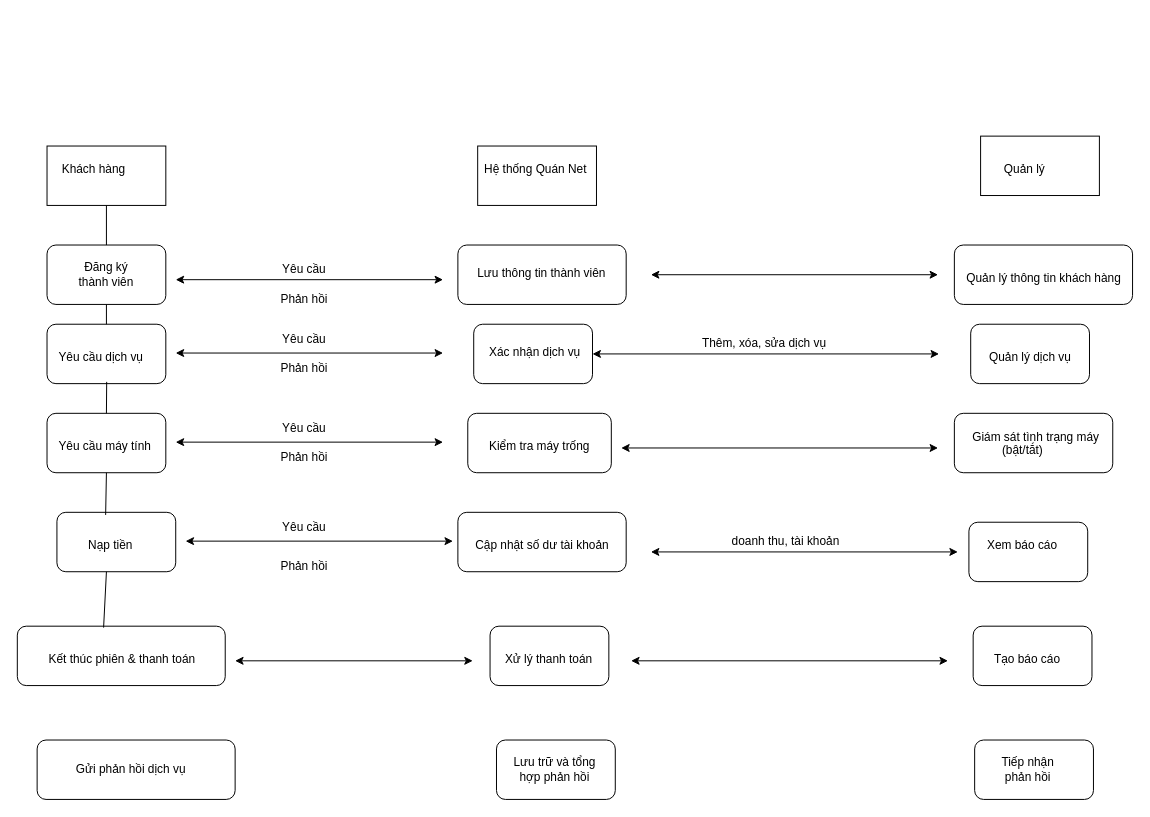
Khoi-DP270505/Draw.io keeps this draw.io diagram as Usecase 2.drawio. Above is the earlier version. Source tidied: cells renumbered, new cells numbered last; positions are measured from the earlier drawing's top-left corner, leaving out a move shared by most shapes. Both pictures are drawn from the tidied source at 99%, with x=0, y=0 at pixel (17, 136).
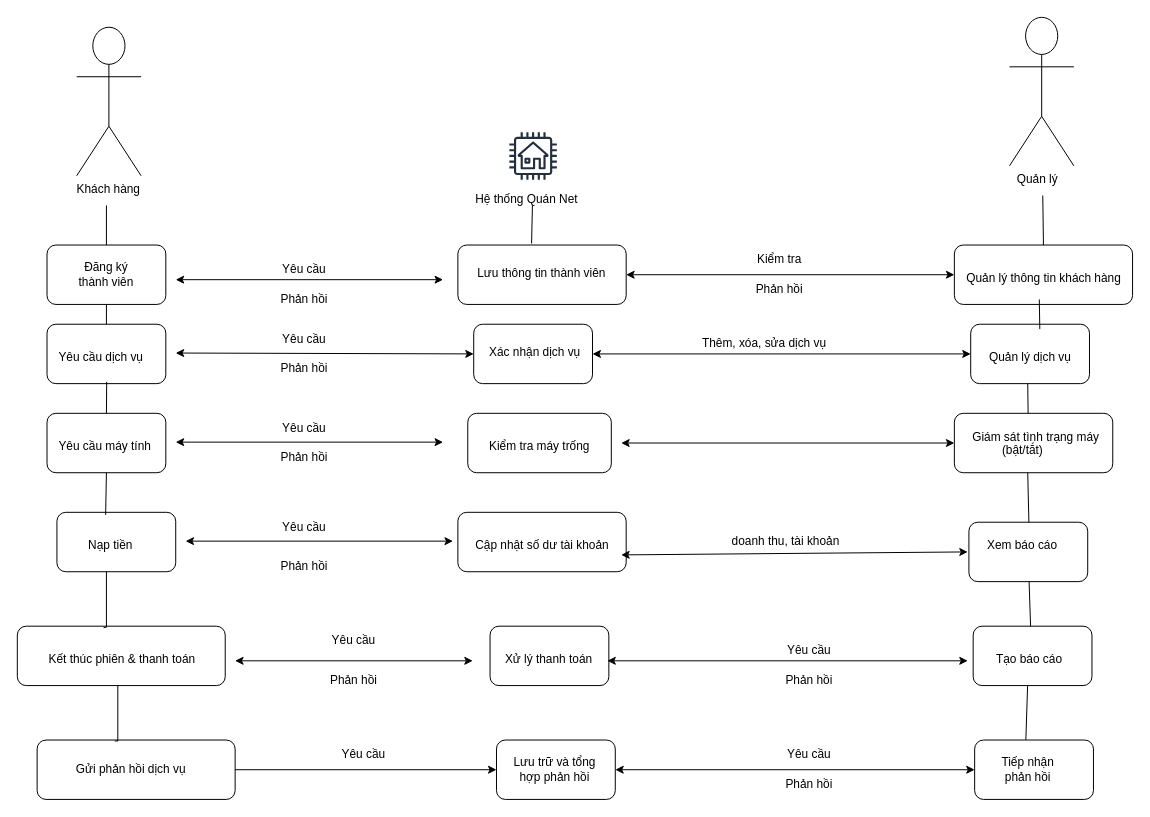
The same page after the edit.

Commit message:
Cập nhật Usecase 2.drawio

The change refers to these unchanged cells:
```xml
<mxCell id="2" style="rounded=1;whiteSpace=wrap;html=1;" parent="1" vertex="1">
  <mxGeometry x="967" y="610" width="120" height="60" as="geometry" />
</mxCell>
<mxCell id="3" style="rounded=1;whiteSpace=wrap;html=1;" parent="1" vertex="1">
  <mxGeometry x="20" y="610" width="200" height="60" as="geometry" />
</mxCell>
<mxCell id="8" style="rounded=1;whiteSpace=wrap;html=1;" parent="1" vertex="1">
  <mxGeometry x="946.5" y="280" width="160" height="60" as="geometry" />
</mxCell>
<mxCell id="10" style="rounded=1;whiteSpace=wrap;html=1;" parent="1" vertex="1">
  <mxGeometry x="963" y="190" width="120" height="60" as="geometry" />
</mxCell>
<mxCell id="11" style="rounded=1;whiteSpace=wrap;html=1;" parent="1" vertex="1">
  <mxGeometry x="461" y="190" width="120" height="60" as="geometry" />
</mxCell>
<mxCell id="12" style="rounded=1;whiteSpace=wrap;html=1;" parent="1" vertex="1">
  <mxGeometry x="946.5" y="110" width="180" height="60" as="geometry" />
</mxCell>
<mxCell id="16" style="rounded=1;whiteSpace=wrap;html=1;" parent="1" vertex="1">
  <mxGeometry y="495" width="210" height="60" as="geometry" />
</mxCell>
<mxCell id="17" style="rounded=1;whiteSpace=wrap;html=1;" parent="1" vertex="1">
  <mxGeometry x="445" y="110" width="170" height="60" as="geometry" />
</mxCell>
<mxCell id="28" value="Xử lý thanh toán" style="text;fontColor=default;labelBackgroundColor=none;labelBorderColor=none;textShadow=0;whiteSpace=wrap;html=1;" parent="1" vertex="1">
  <mxGeometry x="491" y="515" width="105" height="20" as="geometry" />
</mxCell>
<mxCell id="66" style="rounded=1;whiteSpace=wrap;html=1;" parent="1" vertex="1">
  <mxGeometry x="484" y="610" width="120" height="60" as="geometry" />
</mxCell>
```

Change to the diagram source:
```diff
@@
-    <mxCell id="13" style="rounded=0;whiteSpace=wrap;html=1;" parent="1" vertex="1">
-      <mxGeometry x="973" width="120" height="60" as="geometry" />
-    </mxCell>
-    <mxCell id="14" style="rounded=0;whiteSpace=wrap;html=1;" parent="1" vertex="1">
-      <mxGeometry x="465" y="10" width="120" height="60" as="geometry" />
-    </mxCell>
-    <mxCell id="15" style="rounded=0;whiteSpace=wrap;html=1;" parent="1" vertex="1">
-      <mxGeometry x="30" y="10" width="120" height="60" as="geometry" />
-    </mxCell>
@@
-    <mxCell id="22" value="Đăng ký thành viên" style="text;align=center;verticalAlign=middle;rounded=0;fontStyle=0;fontColor=default;labelBackgroundColor=none;labelBorderColor=none;textShadow=0;whiteSpace=wrap;html=1;" parent="1" vertex="1">
+    <mxCell id="22" value="Đăng ký thành viên" style="text;align=center;verticalAlign=middle;rounded=0;fontStyle=0;fontColor=default;labelBackgroundColor=none;labelBorderColor=none;textShadow=0;whiteSpace=wrap;html=1;rotation=0;" parent="1" vertex="1">
       <mxGeometry x="60" y="125" width="60" height="30" as="geometry" />
     </mxCell>
     <mxCell id="23" value=" Khách hàng  " style="text;fontStyle=0;fontColor=default;labelBackgroundColor=none;labelBorderColor=none;textShadow=0;whiteSpace=wrap;html=1;" parent="1" vertex="1">
-      <mxGeometry x="40" y="20" width="130" height="40" as="geometry" />
+      <mxGeometry x="55" y="40" width="130" height="40" as="geometry" />
     </mxCell>
@@
     <mxCell id="33" value="Hệ thống Quán Net" style="text;fontColor=default;labelBackgroundColor=none;labelBorderColor=none;textShadow=0;whiteSpace=wrap;html=1;" parent="1" vertex="1">
-      <mxGeometry x="470" y="20" width="160" height="40" as="geometry" />
+      <mxGeometry x="461" y="50" width="160" height="40" as="geometry" />
     </mxCell>
     <mxCell id="34" value="Quản lý" style="text;fontColor=default;labelBackgroundColor=none;labelBorderColor=none;textShadow=0;whiteSpace=wrap;html=1;" parent="1" vertex="1">
-      <mxGeometry x="995" y="20" width="90" height="40" as="geometry" />
+      <mxGeometry x="1008" y="30" width="90" height="40" as="geometry" />
     </mxCell>
@@
     <mxCell id="39" value="Tạo báo cáo" style="text;fontColor=default;labelBackgroundColor=none;labelBorderColor=none;textShadow=0;whiteSpace=wrap;html=1;" parent="1" vertex="1">
-      <mxGeometry x="984.8" y="515" width="120" height="40" as="geometry" />
+      <mxGeometry x="986.5" y="515" width="120" height="40" as="geometry" />
     </mxCell>
@@
-    <mxCell id="41" style="endArrow=classic;startArrow=classic;html=1;rounded=0;" parent="1" edge="1">
+    <mxCell id="41" style="endArrow=classic;startArrow=classic;html=1;rounded=0;entryX=0;entryY=0.5;entryDx=0;entryDy=0;" parent="1" edge="1" target="11">
       <mxGeometry relative="1" as="geometry">
         <mxPoint x="160" y="219.1" as="sourcePoint" />
-        <mxPoint x="430" y="219.1" as="targetPoint" />
       </mxGeometry>
     </mxCell>
@@
     <mxCell id="48" style="endArrow=none;html=1;rounded=0;exitX=0.415;exitY=0.024;exitDx=0;exitDy=0;exitPerimeter=0;" parent="1" edge="1" source="16">
       <mxGeometry relative="1" as="geometry">
         <mxPoint x="90" y="440" as="targetPoint" />
+        <Array as="points">
+          <mxPoint x="90" y="496" />
+        </Array>
       </mxGeometry>
     </mxCell>
-    <mxCell id="49" style="endArrow=classic;startArrow=classic;html=1;rounded=0;" parent="1" edge="1">
+    <mxCell id="49" style="endArrow=classic;startArrow=classic;html=1;rounded=0;entryX=0;entryY=0.5;entryDx=0;entryDy=0;" parent="1" edge="1" target="10">
       <mxGeometry relative="1" as="geometry">
         <mxPoint x="581" y="220" as="sourcePoint" />
-        <mxPoint x="931" y="220" as="targetPoint" />
       </mxGeometry>
     </mxCell>
-    <mxCell id="50" style="endArrow=classic;startArrow=classic;html=1;rounded=0;" parent="1" edge="1">
+    <mxCell id="50" style="endArrow=classic;startArrow=classic;html=1;rounded=0;entryX=0;entryY=0.5;entryDx=0;entryDy=0;" parent="1" edge="1" target="8">
       <mxGeometry relative="1" as="geometry">
-        <mxPoint x="610" y="315" as="sourcePoint" />
-        <mxPoint x="930" y="315" as="targetPoint" />
+        <mxPoint x="610" y="310" as="sourcePoint" />
       </mxGeometry>
     </mxCell>
-    <mxCell id="51" style="endArrow=classic;startArrow=classic;html=1;rounded=0;" parent="1" edge="1">
-      <mxGeometry relative="1" as="geometry">
-        <mxPoint x="640" y="140" as="sourcePoint" />
-        <mxPoint x="930" y="140" as="targetPoint" />
-      </mxGeometry>
+    <mxCell id="51" style="endArrow=classic;startArrow=classic;html=1;rounded=0;entryX=0;entryY=0.5;entryDx=0;entryDy=0;exitX=1;exitY=0.5;exitDx=0;exitDy=0;" parent="1" edge="1" source="17" target="12">
+      <mxGeometry relative="1" as="geometry" />
     </mxCell>
@@
-    <mxCell id="61" style="endArrow=classic;startArrow=classic;html=1;rounded=0;" parent="1" edge="1">
+    <mxCell id="61" style="endArrow=classic;startArrow=classic;html=1;rounded=0;exitX=1;exitY=0.75;exitDx=0;exitDy=0;" parent="1" edge="1" source="28">
       <mxGeometry relative="1" as="geometry">
-        <mxPoint x="620" y="530" as="sourcePoint" />
-        <mxPoint x="940" y="530" as="targetPoint" />
+        <mxPoint x="960" y="530" as="targetPoint" />
       </mxGeometry>
     </mxCell>
     <mxCell id="62" style="endArrow=classic;startArrow=classic;html=1;rounded=0;" parent="1" edge="1">
       <mxGeometry relative="1" as="geometry">
-        <mxPoint x="640" y="420" as="sourcePoint" />
-        <mxPoint x="950" y="420" as="targetPoint" />
+        <mxPoint x="610" y="423" as="sourcePoint" />
+        <mxPoint x="960" y="420" as="targetPoint" />
       </mxGeometry>
     </mxCell>
@@
+    <mxCell id="69" value="Yêu cầu" style="text;html=1;align=center;verticalAlign=middle;whiteSpace=wrap;rounded=0;" parent="1" vertex="1">
+      <mxGeometry x="310" y="495" width="60" height="30" as="geometry" />
+    </mxCell>
+    <mxCell id="70" value="Phản hồi" style="text;html=1;align=center;verticalAlign=middle;whiteSpace=wrap;rounded=0;" parent="1" vertex="1">
+      <mxGeometry x="310" y="535" width="60" height="30" as="geometry" />
+    </mxCell>
+    <mxCell id="71" value="Yêu cầu" style="text;html=1;align=center;verticalAlign=middle;whiteSpace=wrap;rounded=0;" parent="1" vertex="1">
+      <mxGeometry x="770" y="505" width="60" height="30" as="geometry" />
+    </mxCell>
+    <mxCell id="72" value="Phản hồi" style="text;html=1;align=center;verticalAlign=middle;whiteSpace=wrap;rounded=0;" parent="1" vertex="1">
+      <mxGeometry x="770" y="535" width="60" height="30" as="geometry" />
+    </mxCell>
+    <mxCell id="73" style="endArrow=classic;startArrow=classic;html=1;rounded=0;exitX=1;exitY=0.5;exitDx=0;exitDy=0;entryX=0;entryY=0.5;entryDx=0;entryDy=0;" parent="1" edge="1" source="66" target="2">
+      <mxGeometry relative="1" as="geometry" />
+    </mxCell>
+    <mxCell id="74" style="edgeLabel;html=1;align=center;verticalAlign=middle;" parent="73" vertex="1">
+      <mxGeometry x="0.44" y="1" relative="1" as="geometry" />
+    </mxCell>
+    <mxCell id="75" value="Yêu cầu" style="text;html=1;align=center;verticalAlign=middle;whiteSpace=wrap;rounded=0;" parent="1" vertex="1">
+      <mxGeometry x="320" y="610" width="60" height="30" as="geometry" />
+    </mxCell>
+    <mxCell id="76" value="Yêu cầu" style="text;html=1;align=center;verticalAlign=middle;whiteSpace=wrap;rounded=0;" parent="1" vertex="1">
+      <mxGeometry x="770" y="610" width="60" height="30" as="geometry" />
+    </mxCell>
+    <mxCell id="77" style="endArrow=classic;html=1;rounded=0;exitX=1;exitY=0.5;exitDx=0;exitDy=0;entryX=0;entryY=0.5;entryDx=0;entryDy=0;" parent="1" edge="1" source="3" target="66">
+      <mxGeometry relative="1" as="geometry" />
+    </mxCell>
+    <mxCell id="78" style="endArrow=none;html=1;rounded=0;exitX=0.415;exitY=0.024;exitDx=0;exitDy=0;exitPerimeter=0;" parent="1" edge="1">
+      <mxGeometry relative="1" as="geometry">
+        <mxPoint x="98.5" y="611" as="sourcePoint" />
+        <mxPoint x="101.5" y="555" as="targetPoint" />
+        <Array as="points">
+          <mxPoint x="101.5" y="611" />
+        </Array>
+      </mxGeometry>
+    </mxCell>
+    <mxCell id="79" value="Phản hồi" style="text;html=1;align=center;verticalAlign=middle;whiteSpace=wrap;rounded=0;" parent="1" vertex="1">
+      <mxGeometry x="770" y="640" width="60" height="30" as="geometry" />
+    </mxCell>
+    <mxCell id="80" style="endArrow=none;html=1;rounded=0;exitX=0.5;exitY=0;exitDx=0;exitDy=0;" parent="1" edge="1">
+      <mxGeometry relative="1" as="geometry">
+        <mxPoint x="100" y="120" as="sourcePoint" />
+        <mxPoint x="100" y="120" as="targetPoint" />
+      </mxGeometry>
+    </mxCell>
+    <mxCell id="81" style="endArrow=none;html=1;rounded=0;exitX=0.5;exitY=0;exitDx=0;exitDy=0;" parent="1" edge="1" source="12">
+      <mxGeometry relative="1" as="geometry">
+        <mxPoint x="1035.8" y="60" as="targetPoint" />
+      </mxGeometry>
+    </mxCell>
+    <mxCell id="82" style="endArrow=none;html=1;rounded=0;exitX=0.5;exitY=0;exitDx=0;exitDy=0;" parent="1" edge="1">
+      <mxGeometry relative="1" as="geometry">
+        <mxPoint x="1021.8" y="390" as="sourcePoint" />
+        <mxPoint x="1020.6" y="340" as="targetPoint" />
+      </mxGeometry>
+    </mxCell>
+    <mxCell id="83" style="endArrow=none;html=1;rounded=0;exitX=0.5;exitY=0;exitDx=0;exitDy=0;" parent="1" edge="1">
+      <mxGeometry relative="1" as="geometry">
+        <mxPoint x="1023.5" y="495" as="sourcePoint" />
+        <mxPoint x="1022" y="450" as="targetPoint" />
+      </mxGeometry>
+    </mxCell>
+    <mxCell id="84" style="endArrow=none;html=1;rounded=0;" parent="1" edge="1">
+      <mxGeometry relative="1" as="geometry">
+        <mxPoint x="1021" y="280" as="sourcePoint" />
+        <mxPoint x="1020.6" y="250" as="targetPoint" />
+      </mxGeometry>
+    </mxCell>
+    <mxCell id="85" style="endArrow=none;html=1;rounded=0;" parent="1" edge="1">
+      <mxGeometry relative="1" as="geometry">
+        <mxPoint x="1032.8" y="195" as="sourcePoint" />
+        <mxPoint x="1032.3" y="165" as="targetPoint" />
+      </mxGeometry>
+    </mxCell>
+    <mxCell id="86" style="endArrow=none;html=1;rounded=0;exitX=0.431;exitY=-0.003;exitDx=0;exitDy=0;exitPerimeter=0;" parent="1" edge="1" source="2">
+      <mxGeometry relative="1" as="geometry">
+        <mxPoint x="1020.5" y="555" as="targetPoint" />
+      </mxGeometry>
+    </mxCell>
+    <mxCell id="87" style="sketch=0;fontColor=#232F3E;gradientColor=none;strokeColor=#232F3E;fillColor=#ffffff;dashed=0;verticalLabelPosition=bottom;verticalAlign=top;align=center;html=1;fontSize=12;fontStyle=0;shape=mxgraph.aws4.resourceIcon;resIcon=mxgraph.aws4.house;" parent="1" vertex="1">
+      <mxGeometry x="491" y="-10" width="60" height="60" as="geometry" />
+    </mxCell>
+    <mxCell id="88" style="endArrow=none;html=1;rounded=0;exitX=0.438;exitY=-0.026;exitDx=0;exitDy=0;exitPerimeter=0;" parent="1" edge="1" source="17">
+      <mxGeometry relative="1" as="geometry">
+        <mxPoint x="520.3" y="70" as="targetPoint" />
+      </mxGeometry>
+    </mxCell>
+    <mxCell id="89" style="shape=umlActor;verticalLabelPosition=bottom;verticalAlign=top;html=1;" parent="1" vertex="1">
+      <mxGeometry x="60" y="-110" width="65" height="150" as="geometry" />
+    </mxCell>
+    <mxCell id="90" style="shape=umlActor;verticalLabelPosition=bottom;verticalAlign=top;html=1;" parent="1" vertex="1">
+      <mxGeometry x="1002.2" y="-120" width="65" height="150" as="geometry" />
+    </mxCell>
+    <mxCell id="91" value="Phản hồi" style="text;html=1;align=center;verticalAlign=middle;whiteSpace=wrap;rounded=0;" parent="1" vertex="1">
+      <mxGeometry x="740" y="140" width="60" height="30" as="geometry" />
+    </mxCell>
+    <mxCell id="92" value="Kiểm tra" style="text;html=1;align=center;verticalAlign=middle;whiteSpace=wrap;rounded=0;" parent="1" vertex="1">
+      <mxGeometry x="740" y="110" width="60" height="30" as="geometry" />
+    </mxCell>
```
